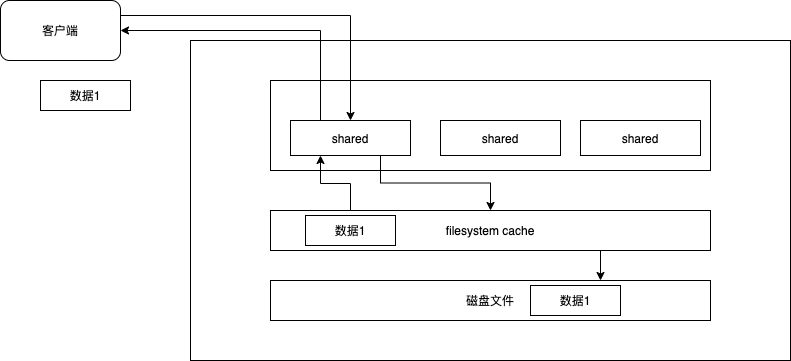
The draw.io diagram es/filesystem-cache.png in sivanbil/architecthure-diagram, before a commit. Source tidied: cells renumbered, new cells last; positions are measured from the earlier drawing's top-left corner, leaving out a move shared by most shapes. Source of this version:
```xml
<mxGraphModel>
  <root>
    <mxCell id="0" />
    <mxCell id="1" parent="0" />
    <mxCell id="2" style="rounded=0;whiteSpace=wrap;html=1;" parent="1" vertex="1">
      <mxGeometry x="190" y="40" width="600" height="320" as="geometry" />
    </mxCell>
    <mxCell id="3" style="rounded=0;whiteSpace=wrap;html=1;" parent="1" vertex="1">
      <mxGeometry x="270" y="80" width="440" height="90" as="geometry" />
    </mxCell>
    <mxCell id="4" style="edgeStyle=orthogonalEdgeStyle;rounded=0;jettySize=auto;html=1;exitX=0.75;exitY=1;exitDx=0;exitDy=0;" parent="1" edge="1" source="6" target="11">
      <mxGeometry relative="1" as="geometry" />
    </mxCell>
    <mxCell id="5" style="edgeStyle=orthogonalEdgeStyle;rounded=0;jettySize=auto;html=1;exitX=0.25;exitY=0;exitDx=0;exitDy=0;entryX=1;entryY=0.5;entryDx=0;entryDy=0;" parent="1" edge="1" source="6" target="14">
      <mxGeometry relative="1" as="geometry" />
    </mxCell>
    <mxCell id="6" value="shared" style="rounded=0;whiteSpace=wrap;html=1;" parent="1" vertex="1">
      <mxGeometry x="290" y="120" width="120" height="35" as="geometry" />
    </mxCell>
    <mxCell id="7" value="shared" style="rounded=0;whiteSpace=wrap;html=1;" parent="1" vertex="1">
      <mxGeometry x="440" y="120" width="120" height="35" as="geometry" />
    </mxCell>
    <mxCell id="8" value="shared" style="rounded=0;whiteSpace=wrap;html=1;" parent="1" vertex="1">
      <mxGeometry x="580" y="120" width="120" height="35" as="geometry" />
    </mxCell>
    <mxCell id="9" style="edgeStyle=orthogonalEdgeStyle;rounded=0;jettySize=auto;html=1;exitX=0.75;exitY=1;exitDx=0;exitDy=0;entryX=0.75;entryY=0;entryDx=0;entryDy=0;" parent="1" edge="1" source="11" target="12">
      <mxGeometry relative="1" as="geometry" />
    </mxCell>
    <mxCell id="10" style="edgeStyle=orthogonalEdgeStyle;rounded=0;jettySize=auto;html=1;exitX=0.25;exitY=0;exitDx=0;exitDy=0;entryX=0.25;entryY=1;entryDx=0;entryDy=0;" parent="1" edge="1" source="11" target="6">
      <mxGeometry relative="1" as="geometry">
        <Array as="points">
          <mxPoint x="350" y="210" />
          <mxPoint x="350" y="183" />
          <mxPoint x="320" y="183" />
        </Array>
      </mxGeometry>
    </mxCell>
    <mxCell id="11" value="filesystem cache" style="rounded=0;whiteSpace=wrap;html=1;" parent="1" vertex="1">
      <mxGeometry x="270" y="210" width="440" height="40" as="geometry" />
    </mxCell>
    <mxCell id="12" value="磁盘文件" style="rounded=0;whiteSpace=wrap;html=1;" parent="1" vertex="1">
      <mxGeometry x="270" y="280" width="440" height="40" as="geometry" />
    </mxCell>
    <mxCell id="13" style="edgeStyle=orthogonalEdgeStyle;rounded=0;jettySize=auto;html=1;exitX=1;exitY=0.25;exitDx=0;exitDy=0;" parent="1" edge="1" source="14" target="6">
      <mxGeometry relative="1" as="geometry" />
    </mxCell>
    <mxCell id="14" value="客户端" style="rounded=1;whiteSpace=wrap;html=1;" parent="1" vertex="1">
      <mxGeometry width="120" height="60" as="geometry" />
    </mxCell>
    <mxCell id="15" value="数据1" style="rounded=0;whiteSpace=wrap;html=1;" parent="1" vertex="1">
      <mxGeometry x="40" y="80" width="90" height="30" as="geometry" />
    </mxCell>
    <mxCell id="16" value="数据1" style="rounded=0;whiteSpace=wrap;html=1;" parent="1" vertex="1">
      <mxGeometry x="530" y="285" width="90" height="30" as="geometry" />
    </mxCell>
    <mxCell id="17" value="数据1" style="rounded=0;whiteSpace=wrap;html=1;" parent="1" vertex="1">
      <mxGeometry x="305" y="215" width="90" height="30" as="geometry" />
    </mxCell>
  </root>
</mxGraphModel>
```
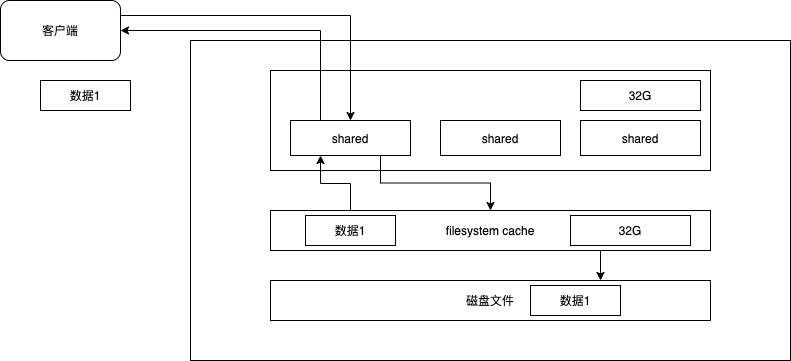
Above is the later version.

The edit, as a diff of the source:
```diff
@@ -6,7 +6,7 @@
       <mxGeometry x="190" y="40" width="600" height="320" as="geometry" />
     </mxCell>
     <mxCell id="3" style="rounded=0;whiteSpace=wrap;html=1;" parent="1" vertex="1">
-      <mxGeometry x="270" y="80" width="440" height="90" as="geometry" />
+      <mxGeometry x="270" y="70" width="440" height="100" as="geometry" />
     </mxCell>
     <mxCell id="4" style="edgeStyle=orthogonalEdgeStyle;rounded=0;jettySize=auto;html=1;exitX=0.75;exitY=1;exitDx=0;exitDy=0;" parent="1" edge="1" source="6" target="11">
       <mxGeometry relative="1" as="geometry" />
@@ -56,5 +56,11 @@
     <mxCell id="17" value="数据1" style="rounded=0;whiteSpace=wrap;html=1;" parent="1" vertex="1">
       <mxGeometry x="305" y="215" width="90" height="30" as="geometry" />
     </mxCell>
+    <mxCell id="18" value="32G" style="rounded=0;whiteSpace=wrap;html=1;" parent="1" vertex="1">
+      <mxGeometry x="570" y="215" width="120" height="30" as="geometry" />
+    </mxCell>
+    <mxCell id="19" value="32G" style="rounded=0;whiteSpace=wrap;html=1;" parent="1" vertex="1">
+      <mxGeometry x="580" y="80" width="120" height="30" as="geometry" />
+    </mxCell>
   </root>
 </mxGraphModel>
```
